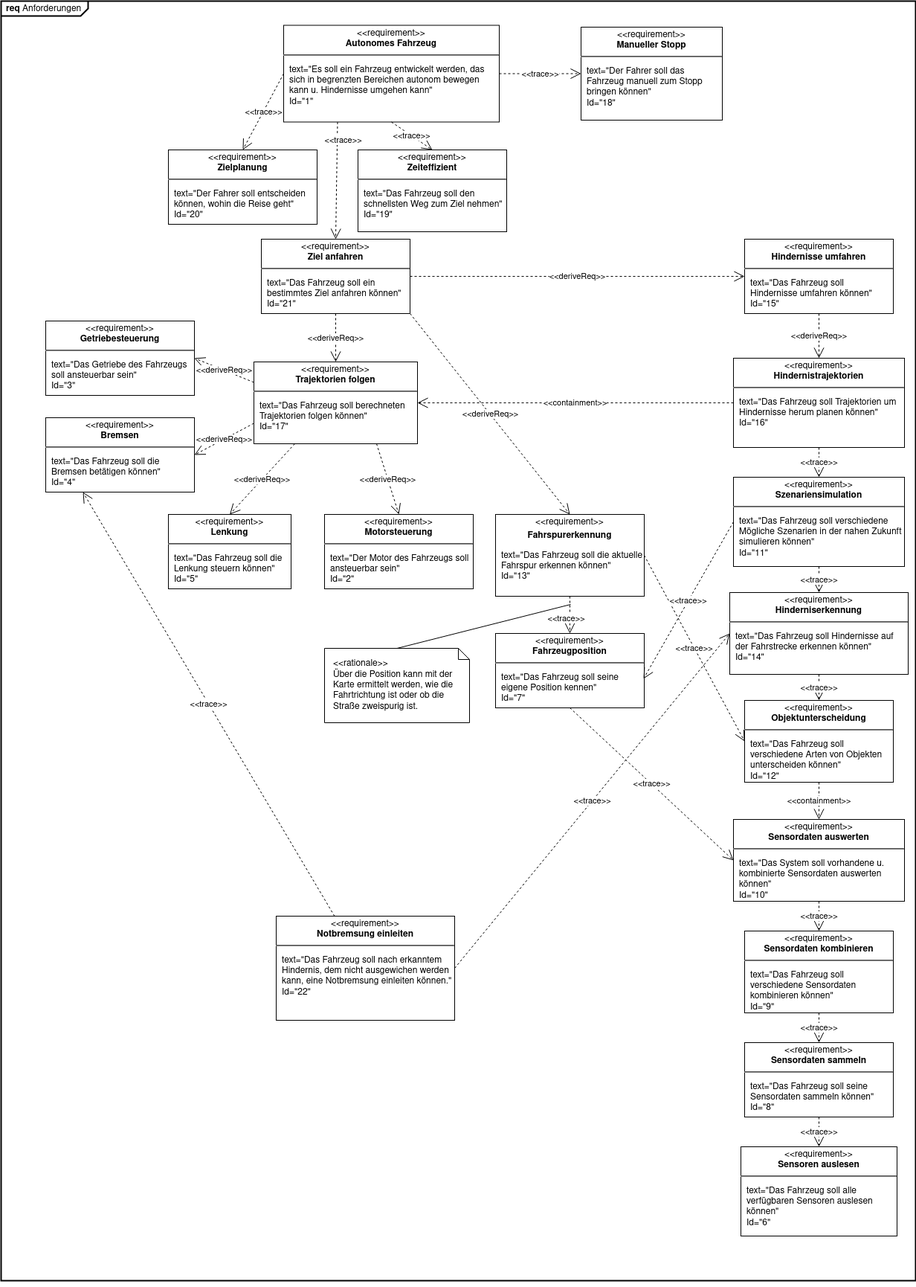
Above: req.png in agrueneberg/sews2324 (draw.io), before the change. Source tidied: cells renumbered, new cells last; positions are measured from the earlier drawing's top-left corner, leaving out a move shared by most shapes.
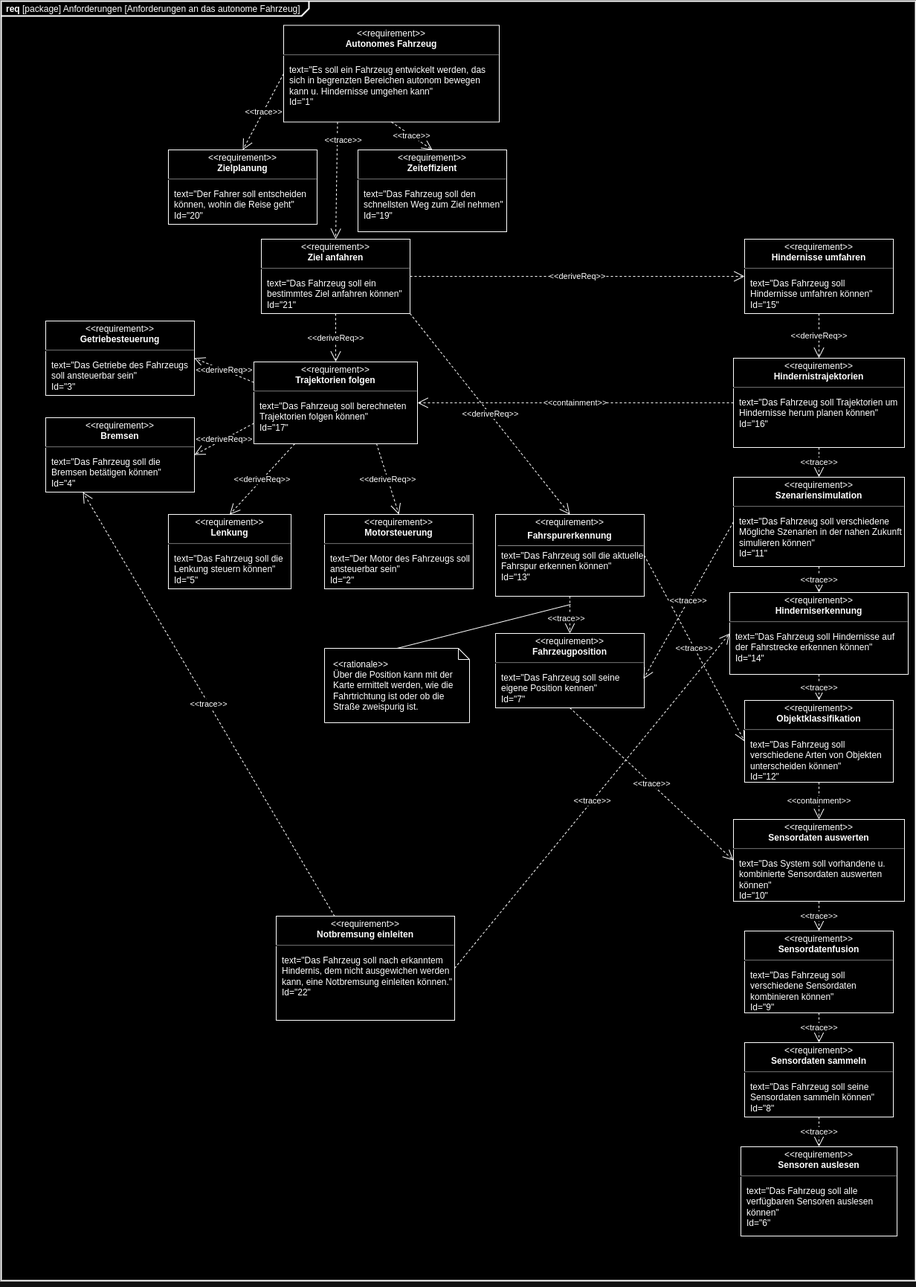
Later version of the same file.

Diff of the diagram source:
```diff
@@ -2,7 +2,7 @@
   <root>
     <mxCell id="0" />
     <mxCell id="1" parent="0" />
-    <mxCell id="2" value="&lt;p style=&quot;margin:0px;margin-top:4px;margin-left:7px;text-align:left;&quot;&gt;&lt;b&gt;req&lt;/b&gt;  Anforderungen&lt;/p&gt;" style="html=1;shape=mxgraph.sysml.package;overflow=fill;labelX=117.67;strokeWidth=2;align=center;" parent="1" vertex="1">
+    <mxCell id="2" value="&lt;p style=&quot;margin:0px;margin-top:4px;margin-left:7px;text-align:left;&quot;&gt;&lt;b&gt;req&lt;/b&gt;&amp;nbsp;[package] Anforderungen [Anforderungen an das autonome Fahrzeug]&lt;/p&gt;" style="html=1;shape=mxgraph.sysml.package;overflow=fill;labelX=414;strokeWidth=2;align=center;" parent="1" vertex="1">
       <mxGeometry width="1230" height="1720" as="geometry" />
     </mxCell>
     <mxCell id="3" value="&lt;p style=&quot;margin:0px;margin-top:4px;text-align:center;&quot;&gt;&amp;lt;&amp;lt;requirement&amp;gt;&amp;gt;&lt;br&gt;&lt;b&gt;Autonomes Fahrzeug&lt;/b&gt;&lt;/p&gt;&lt;hr&gt;&lt;p&gt;&lt;/p&gt;&lt;p style=&quot;margin:0px;margin-left:8px;text-align:left;&quot;&gt;text=&quot;Es soll ein Fahrzeug entwickelt werden, das sich in begrenzten Bereichen autonom bewegen kann u. Hindernisse umgehen kann&quot;&lt;br&gt;Id=&quot;1&lt;span style=&quot;background-color: initial;&quot;&gt;&quot;&lt;/span&gt;&lt;/p&gt;" style="shape=rect;overflow=fill;html=1;whiteSpace=wrap;align=center;" parent="1" vertex="1">
@@ -32,9 +32,6 @@
     <mxCell id="11" value="&lt;p style=&quot;margin:0px;margin-top:4px;text-align:center;&quot;&gt;&amp;lt;&amp;lt;requirement&amp;gt;&amp;gt;&lt;br&gt;&lt;b&gt;Szenariensimulation&lt;/b&gt;&lt;/p&gt;&lt;hr&gt;&lt;p&gt;&lt;/p&gt;&lt;p style=&quot;margin:0px;margin-left:8px;text-align:left;&quot;&gt;text=&quot;Das Fahrzeug soll verschiedene Mögliche Szenarien in der nahen Zukunft simulieren können&quot;&lt;br&gt;Id=&quot;11&quot;&lt;/p&gt;" style="shape=rect;overflow=fill;html=1;whiteSpace=wrap;align=center;" parent="1" vertex="1">
       <mxGeometry x="985" y="640" width="230" height="120" as="geometry" />
     </mxCell>
-    <mxCell id="12" value="&lt;p style=&quot;margin:0px;margin-top:4px;text-align:center;&quot;&gt;&amp;lt;&amp;lt;requirement&amp;gt;&amp;gt;&lt;br&gt;&lt;/p&gt;&lt;p style=&quot;margin:0px;margin-top:4px;text-align:center;&quot;&gt;&lt;b&gt;Fahrspurerkennung&lt;/b&gt;&lt;/p&gt;&lt;p&gt;&lt;/p&gt;&lt;p style=&quot;margin:0px;margin-left:8px;text-align:left;&quot;&gt;text=&quot;Das Fahrzeug soll die aktuelle Fahrspur erkennen können&quot;&lt;br&gt;Id=&quot;13&quot;&lt;/p&gt;" style="shape=rect;overflow=fill;html=1;whiteSpace=wrap;align=center;" parent="1" vertex="1">
-      <mxGeometry x="665" y="690" width="200" height="110" as="geometry" />
-    </mxCell>
     <mxCell id="13" value="&lt;p style=&quot;margin:0px;margin-top:4px;text-align:center;&quot;&gt;&amp;lt;&amp;lt;requirement&amp;gt;&amp;gt;&lt;br&gt;&lt;b&gt;Hinderniserkennung&lt;/b&gt;&lt;/p&gt;&lt;hr&gt;&lt;p&gt;&lt;/p&gt;&lt;p style=&quot;margin:0px;margin-left:8px;text-align:left;&quot;&gt;text=&quot;Das Fahrzeug soll Hindernisse auf der Fahrstrecke erkennen können&quot;&lt;br&gt;Id=&quot;14&quot;&lt;/p&gt;" style="shape=rect;overflow=fill;html=1;whiteSpace=wrap;align=center;" parent="1" vertex="1">
       <mxGeometry x="980" y="795" width="240" height="110" as="geometry" />
     </mxCell>
@@ -50,18 +47,12 @@
     <mxCell id="17" value="&lt;p style=&quot;margin:0px;margin-top:4px;text-align:center;&quot;&gt;&amp;lt;&amp;lt;requirement&amp;gt;&amp;gt;&lt;br&gt;&lt;b&gt;Zielplanung&lt;/b&gt;&lt;/p&gt;&lt;hr&gt;&lt;p&gt;&lt;/p&gt;&lt;p style=&quot;margin:0px;margin-left:8px;text-align:left;&quot;&gt;text=&quot;Der Fahrer soll entscheiden können, wohin die Reise geht&quot;&lt;br&gt;Id=&quot;20&quot;&lt;/p&gt;" style="shape=rect;overflow=fill;html=1;whiteSpace=wrap;align=center;" parent="1" vertex="1">
       <mxGeometry x="225" y="200" width="200" height="100" as="geometry" />
     </mxCell>
-    <mxCell id="18" value="&lt;p style=&quot;margin:0px;margin-top:4px;text-align:center;&quot;&gt;&amp;lt;&amp;lt;requirement&amp;gt;&amp;gt;&lt;br&gt;&lt;b&gt;Manueller Stopp&lt;/b&gt;&lt;/p&gt;&lt;hr&gt;&lt;p&gt;&lt;/p&gt;&lt;p style=&quot;margin:0px;margin-left:8px;text-align:left;&quot;&gt;text=&quot;Der Fahrer soll das Fahrzeug manuell zum Stopp bringen können&lt;span style=&quot;background-color: initial;&quot;&gt;&quot;&lt;/span&gt;&lt;/p&gt;&lt;p style=&quot;margin:0px;margin-left:8px;text-align:left;&quot;&gt;Id=&quot;18&quot;&lt;/p&gt;" style="shape=rect;overflow=fill;html=1;whiteSpace=wrap;align=center;" parent="1" vertex="1">
-      <mxGeometry x="780" y="35" width="190" height="125" as="geometry" />
-    </mxCell>
     <mxCell id="19" value="&amp;lt;&amp;lt;trace&amp;gt;&amp;gt;" style="endArrow=open;html=1;edgeStyle=none;endSize=12;dashed=1;rounded=0;entryX=0.5;entryY=0;entryDx=0;entryDy=0;exitX=0;exitY=0.5;exitDx=0;exitDy=0;" parent="1" edge="1" source="3" target="17">
       <mxGeometry relative="1" as="geometry" />
     </mxCell>
     <mxCell id="20" value="&amp;lt;&amp;lt;trace&amp;gt;&amp;gt;" style="endArrow=open;html=1;edgeStyle=none;endSize=12;dashed=1;rounded=0;entryX=0.5;entryY=0;entryDx=0;entryDy=0;exitX=0.5;exitY=1;exitDx=0;exitDy=0;" parent="1" edge="1" source="3" target="48">
       <mxGeometry relative="1" as="geometry" />
     </mxCell>
-    <mxCell id="21" value="&amp;lt;&amp;lt;trace&amp;gt;&amp;gt;" style="endArrow=open;html=1;edgeStyle=none;endSize=12;dashed=1;rounded=0;entryX=0;entryY=0.5;entryDx=0;entryDy=0;exitX=1;exitY=0.5;exitDx=0;exitDy=0;" parent="1" edge="1" source="3" target="18">
-      <mxGeometry relative="1" as="geometry" />
-    </mxCell>
     <mxCell id="22" value="&lt;p style=&quot;margin:0px;margin-top:4px;text-align:center;&quot;&gt;&amp;lt;&amp;lt;requirement&amp;gt;&amp;gt;&lt;br&gt;&lt;b&gt;Ziel anfahren&lt;/b&gt;&lt;/p&gt;&lt;hr&gt;&lt;p&gt;&lt;/p&gt;&lt;p style=&quot;margin:0px;margin-left:8px;text-align:left;&quot;&gt;text=&quot;Das Fahrzeug soll ein bestimmtes Ziel anfahren können&quot;&lt;br&gt;Id=&quot;21&lt;span style=&quot;background-color: initial;&quot;&gt;&quot;&lt;/span&gt;&lt;/p&gt;" style="shape=rect;overflow=fill;html=1;whiteSpace=wrap;align=center;" parent="1" vertex="1">
       <mxGeometry x="350" y="320" width="200" height="100" as="geometry" />
     </mxCell>
@@ -128,10 +119,10 @@
     <mxCell id="43" value="&amp;lt;&amp;lt;deriveReq&amp;gt;&amp;gt;" style="endArrow=open;html=1;edgeStyle=none;endSize=12;dashed=1;rounded=0;entryX=0.5;entryY=0;entryDx=0;entryDy=0;exitX=0.75;exitY=1;exitDx=0;exitDy=0;" parent="1" edge="1" source="16" target="4">
       <mxGeometry relative="1" as="geometry" />
     </mxCell>
-    <mxCell id="44" value="&lt;p style=&quot;margin:0px;margin-top:4px;text-align:center;&quot;&gt;&amp;lt;&amp;lt;requirement&amp;gt;&amp;gt;&lt;br&gt;&lt;b style=&quot;border-color: var(--border-color);&quot;&gt;Objektunterscheidung&lt;/b&gt;&lt;br&gt;&lt;/p&gt;&lt;hr&gt;&lt;p&gt;&lt;/p&gt;&lt;p style=&quot;margin:0px;margin-left:8px;text-align:left;&quot;&gt;text=&quot;Das Fahrzeug soll verschiedene Arten von Objekten unterscheiden können&quot;&lt;br style=&quot;border-color: var(--border-color);&quot;&gt;Id=&quot;12&quot;&lt;br&gt;&lt;/p&gt;" style="shape=rect;overflow=fill;html=1;whiteSpace=wrap;align=center;" parent="1" vertex="1">
+    <mxCell id="44" value="&lt;p style=&quot;margin:0px;margin-top:4px;text-align:center;&quot;&gt;&amp;lt;&amp;lt;requirement&amp;gt;&amp;gt;&lt;br&gt;&lt;b style=&quot;border-color: var(--border-color);&quot;&gt;Objektklassifikation&lt;/b&gt;&lt;br&gt;&lt;/p&gt;&lt;hr&gt;&lt;p&gt;&lt;/p&gt;&lt;p style=&quot;margin:0px;margin-left:8px;text-align:left;&quot;&gt;text=&quot;Das Fahrzeug soll verschiedene Arten von Objekten unterscheiden können&quot;&lt;br style=&quot;border-color: var(--border-color);&quot;&gt;Id=&quot;12&quot;&lt;br&gt;&lt;/p&gt;" style="shape=rect;overflow=fill;html=1;whiteSpace=wrap;align=center;" parent="1" vertex="1">
       <mxGeometry x="1000" y="940" width="200" height="110" as="geometry" />
     </mxCell>
-    <mxCell id="45" value="&lt;p style=&quot;margin:0px;margin-top:4px;text-align:center;&quot;&gt;&amp;lt;&amp;lt;requirement&amp;gt;&amp;gt;&lt;br&gt;&lt;b style=&quot;border-color: var(--border-color);&quot;&gt;Sensordaten kombinieren&lt;/b&gt;&lt;br&gt;&lt;/p&gt;&lt;hr&gt;&lt;p&gt;&lt;/p&gt;&lt;p style=&quot;margin:0px;margin-left:8px;text-align:left;&quot;&gt;text=&quot;Das Fahrzeug soll verschiedene Sensordaten kombinieren können&quot;&lt;br style=&quot;border-color: var(--border-color);&quot;&gt;Id=&quot;9&quot;&lt;br&gt;&lt;/p&gt;" style="shape=rect;overflow=fill;html=1;whiteSpace=wrap;align=center;" parent="1" vertex="1">
+    <mxCell id="45" value="&lt;p style=&quot;margin:0px;margin-top:4px;text-align:center;&quot;&gt;&amp;lt;&amp;lt;requirement&amp;gt;&amp;gt;&lt;br&gt;&lt;b style=&quot;border-color: var(--border-color);&quot;&gt;Sensordatenfusion&lt;/b&gt;&lt;br&gt;&lt;/p&gt;&lt;hr&gt;&lt;p&gt;&lt;/p&gt;&lt;p style=&quot;margin:0px;margin-left:8px;text-align:left;&quot;&gt;text=&quot;Das Fahrzeug soll verschiedene Sensordaten kombinieren können&quot;&lt;br style=&quot;border-color: var(--border-color);&quot;&gt;Id=&quot;9&quot;&lt;br&gt;&lt;/p&gt;" style="shape=rect;overflow=fill;html=1;whiteSpace=wrap;align=center;" parent="1" vertex="1">
       <mxGeometry x="1000" y="1250" width="200" height="110" as="geometry" />
     </mxCell>
     <mxCell id="46" value="&lt;p style=&quot;margin:0px;margin-top:4px;text-align:center;&quot;&gt;&amp;lt;&amp;lt;requirement&amp;gt;&amp;gt;&lt;br&gt;&lt;b style=&quot;border-color: var(--border-color);&quot;&gt;Sensordaten sammeln&lt;/b&gt;&lt;br&gt;&lt;/p&gt;&lt;hr&gt;&lt;p&gt;&lt;/p&gt;&lt;p style=&quot;margin:0px;margin-left:8px;text-align:left;&quot;&gt;text=&quot;Das Fahrzeug soll seine Sensordaten sammeln können&quot;&lt;br style=&quot;border-color: var(--border-color);&quot;&gt;Id=&quot;8&quot;&lt;br&gt;&lt;/p&gt;" style="shape=rect;overflow=fill;html=1;whiteSpace=wrap;align=center;" parent="1" vertex="1">
@@ -160,5 +151,17 @@
     <mxCell id="53" value="&amp;lt;&amp;lt;trace&amp;gt;&amp;gt;" style="endArrow=open;html=1;edgeStyle=none;endSize=12;dashed=1;rounded=0;entryX=0.25;entryY=1;entryDx=0;entryDy=0;" parent="1" edge="1" source="51" target="6">
       <mxGeometry relative="1" as="geometry" />
     </mxCell>
+    <mxCell id="54" style="group;" parent="1" vertex="1">
+      <mxGeometry x="665" y="690" width="200" height="110" as="geometry" />
+    </mxCell>
+    <mxCell id="12" value="&lt;p style=&quot;margin:0px;margin-top:4px;text-align:center;&quot;&gt;&amp;lt;&amp;lt;requirement&amp;gt;&amp;gt;&lt;br&gt;&lt;/p&gt;&lt;p style=&quot;margin:0px;margin-top:4px;text-align:center;&quot;&gt;&lt;b&gt;Fahrspurerkennung&lt;/b&gt;&lt;/p&gt;&lt;p&gt;&lt;/p&gt;&lt;p style=&quot;margin:0px;margin-left:8px;text-align:left;&quot;&gt;text=&quot;Das Fahrzeug soll die aktuelle Fahrspur erkennen können&quot;&lt;br&gt;Id=&quot;13&quot;&lt;/p&gt;" style="shape=rect;overflow=fill;html=1;whiteSpace=wrap;align=center;" parent="54" vertex="1">
+      <mxGeometry width="200" height="110" as="geometry" />
+    </mxCell>
+    <mxCell id="55" style="endArrow=none;html=1;rounded=0;exitX=0.015;exitY=0.345;exitDx=0;exitDy=0;exitPerimeter=0;entryX=0.995;entryY=0.345;entryDx=0;entryDy=0;entryPerimeter=0;strokeColor=#707070;" parent="54" edge="1">
+      <mxGeometry relative="1" as="geometry">
+        <mxPoint x="3" y="42" as="sourcePoint" />
+        <mxPoint x="199" y="42" as="targetPoint" />
+      </mxGeometry>
+    </mxCell>
   </root>
 </mxGraphModel>
```
